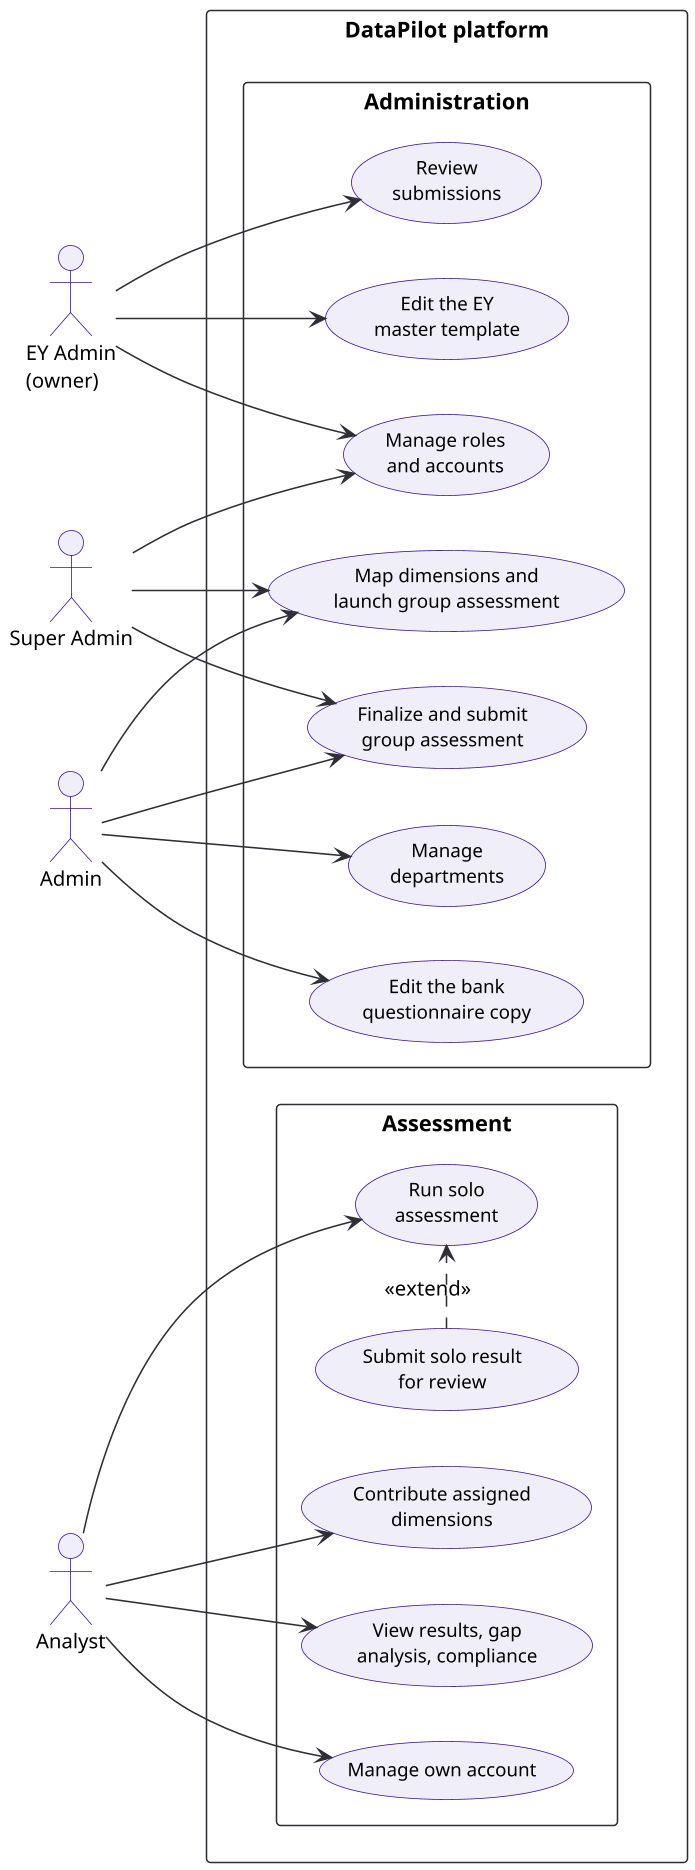
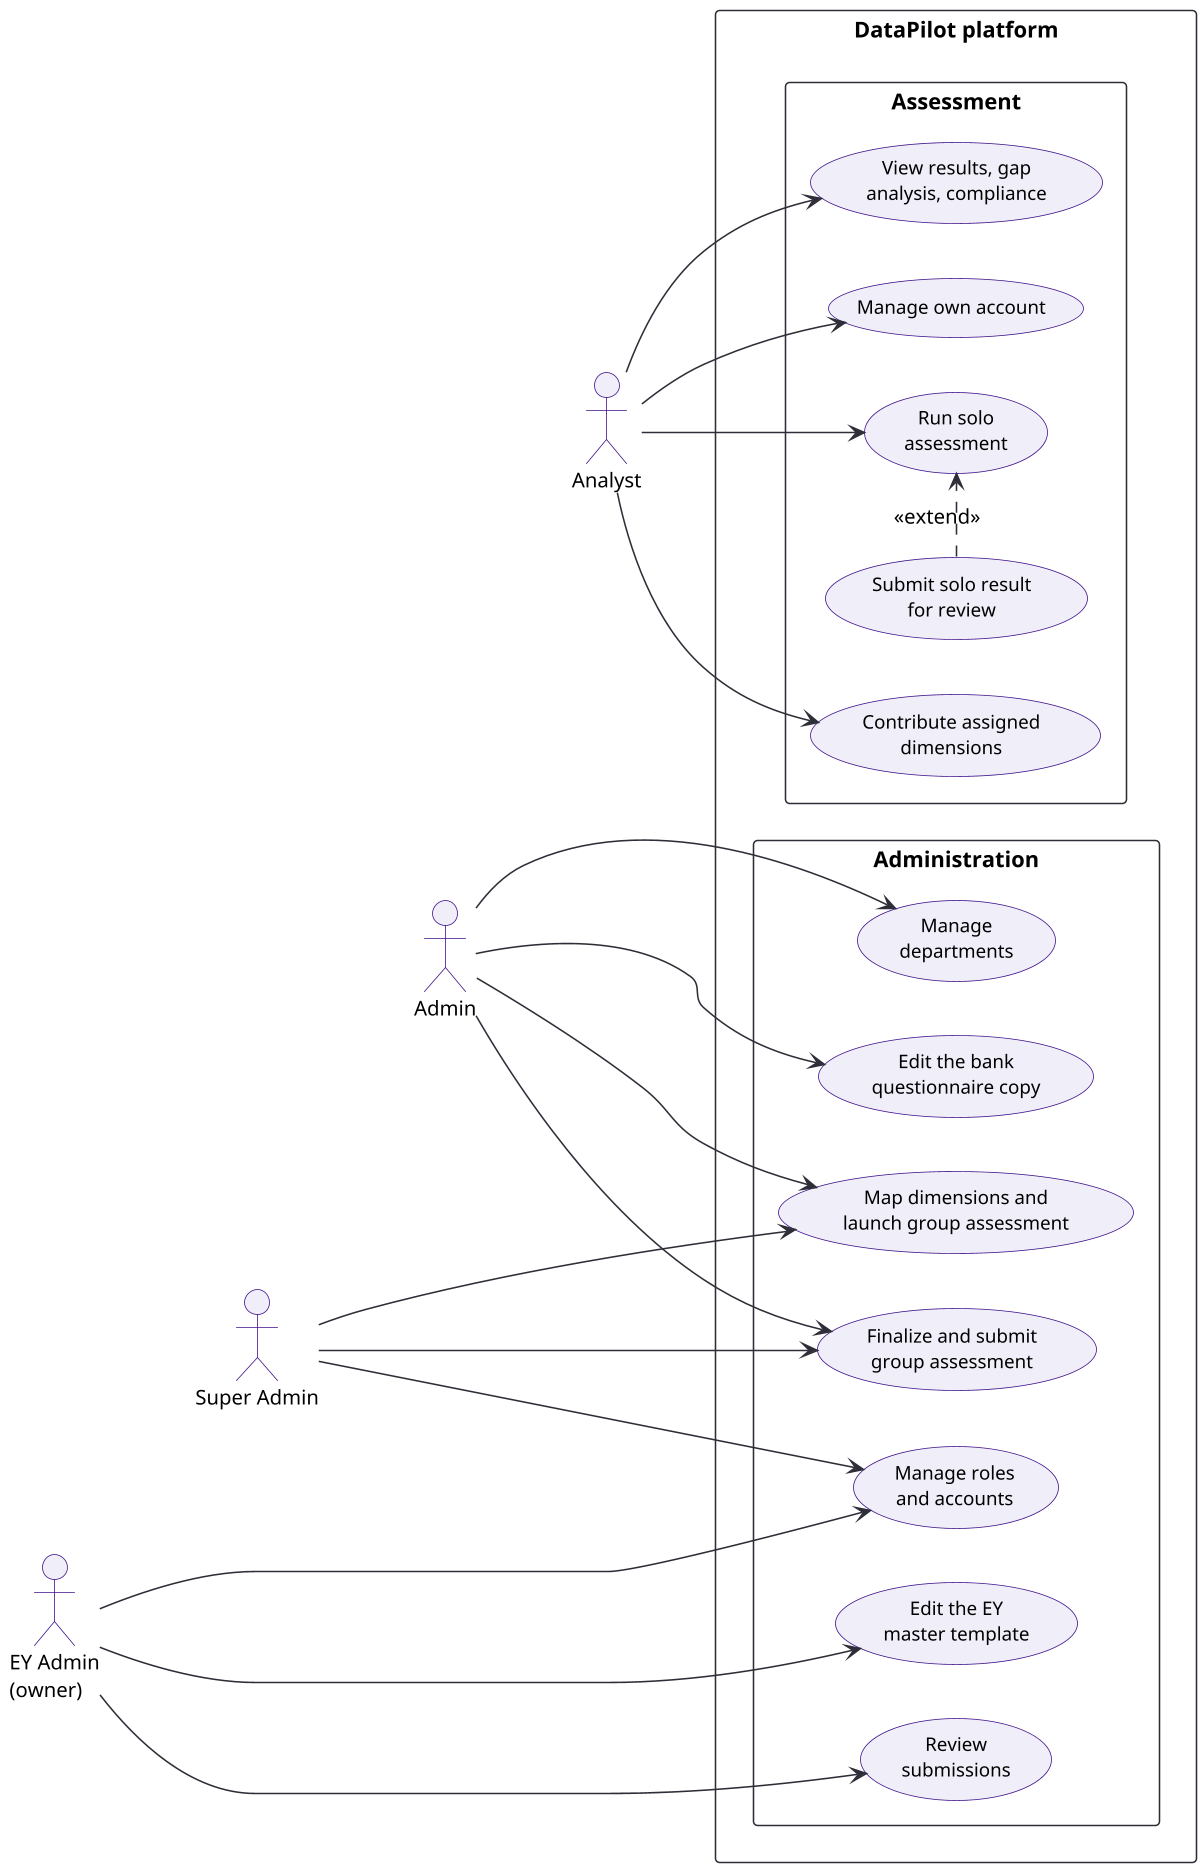
@startuml usecase
left to right direction
skinparam backgroundColor white
skinparam defaultFontSize 13
skinparam dpi 150
skinparam actorBackgroundColor #F0EEF8
skinparam actorBorderColor #3D108A
skinparam actorFontSize 13
skinparam usecaseBackgroundColor #F0EEF8
skinparam usecase {
  BorderColor #3D108A
  FontSize 12
}
skinparam rectangleBorderColor #2E2E38
skinparam rectangleFontStyle bold
skinparam rectangleFontSize 14
skinparam packageStyle rectangle
skinparam arrowColor #2E2E38

actor "EY Admin\n(owner)" as owner
actor "Super Admin" as sadmin
actor "Admin" as admin
actor "Analyst" as analyst

rectangle "DataPilot platform" {
  rectangle "Administration" {
    usecase "Manage roles\nand accounts" as UCroles
    usecase "Manage\ndepartments" as UCdept
    usecase "Edit the EY\nmaster template" as UCmaster
    usecase "Edit the bank\nquestionnaire copy" as UCbank
    usecase "Map dimensions and\nlaunch group assessment" as UCmap
    usecase "Finalize and submit\ngroup assessment" as UCfinal
    usecase "Review\nsubmissions" as UCreview
  }
  rectangle "Assessment" {
    usecase "Run solo\nassessment" as UCsolo
    usecase "Submit solo result\nfor review" as UCsubmit
    usecase "Contribute assigned\ndimensions" as UCcontrib
    usecase "View results, gap\nanalysis, compliance" as UCviews
    usecase "Manage own account" as UCacct
  }
}

+ owner -[hidden]down-> sadmin
+ sadmin -[hidden]down-> admin
+ admin -[hidden]down-> analyst
+ 
owner --> UCmaster
owner --> UCroles
owner --> UCreview

sadmin --> UCroles
sadmin --> UCmap
sadmin --> UCfinal

admin --> UCdept
admin --> UCbank
admin --> UCmap
admin --> UCfinal

analyst --> UCsolo
analyst --> UCcontrib
analyst --> UCviews
analyst --> UCacct

UCsubmit .> UCsolo : <<extend>>
@enduml
